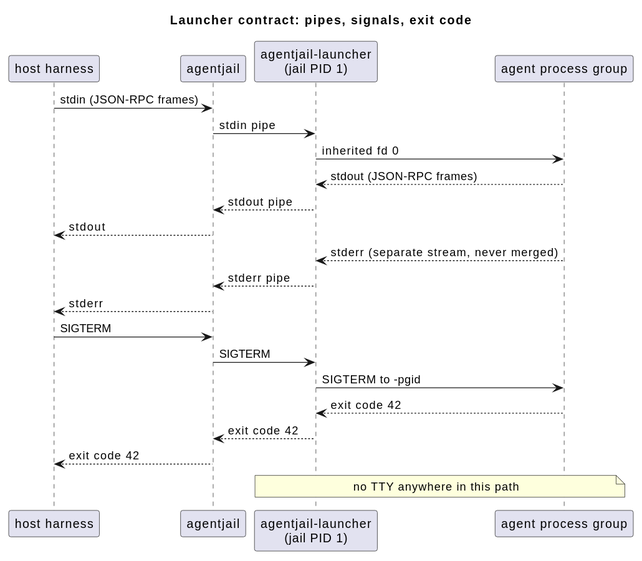
Before: docs/diagrams/launcher-sequence.svg, a diagram exported from PlantUML (Breinich/agentjail).
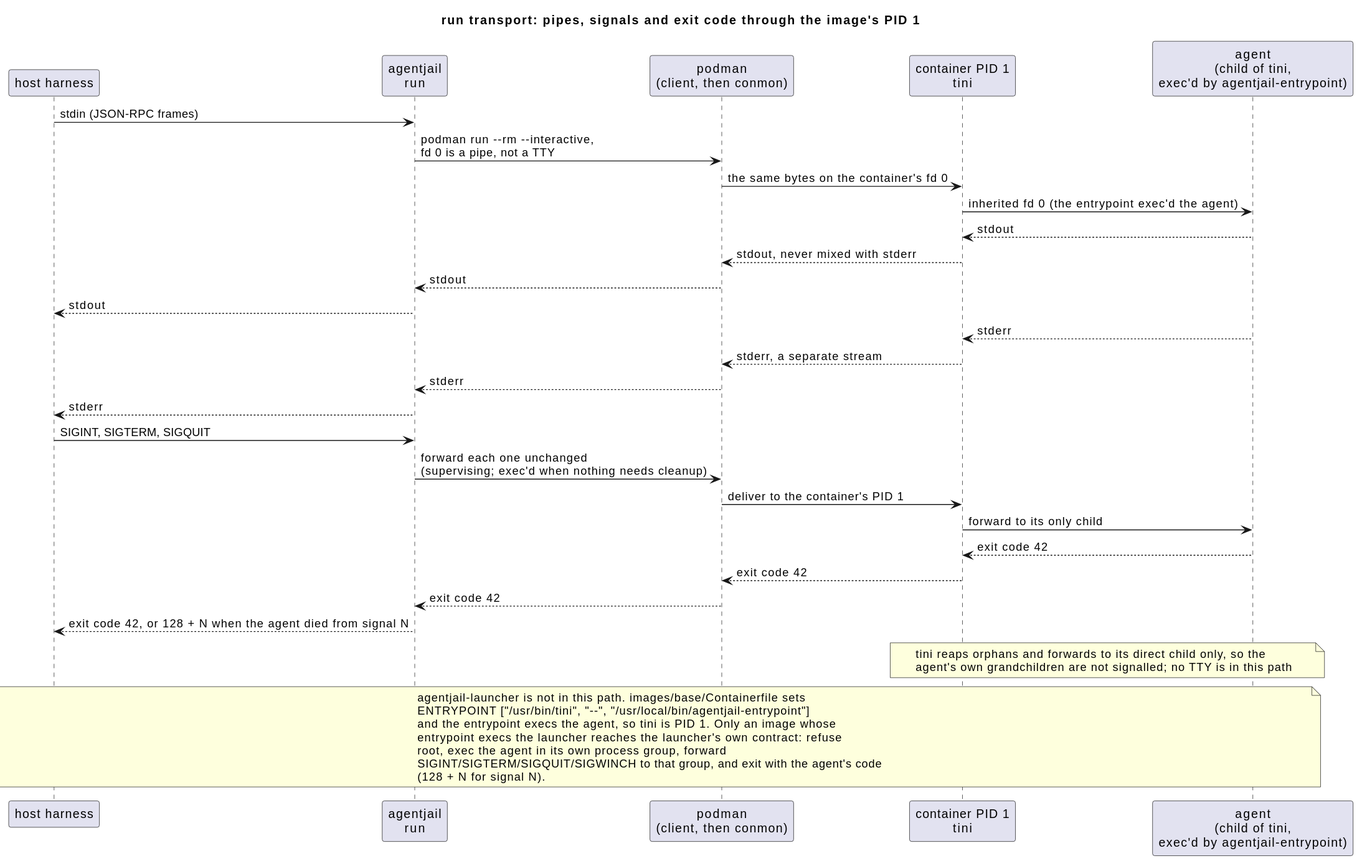
The same file after the commit.

What changed in the source:
```diff
@@ -1,25 +1,40 @@
 @startuml
-title Launcher contract: pipes, signals, exit code
+title run transport: pipes, signals and exit code through the image's PID 1
 
 participant "host harness" as H
-participant "agentjail" as C
-participant "agentjail-launcher\n(jail PID 1)" as L
-participant "agent process group" as A
+participant "agentjail\nrun" as C
+participant "podman\n(client, then conmon)" as P
+participant "container PID 1\ntini" as T
+participant "agent\n(child of tini,\nexec'd by agentjail-entrypoint)" as A
 
 H -> C : stdin (JSON-RPC frames)
-C -> L : stdin pipe
-L -> A : inherited fd 0
-A --> L : stdout (JSON-RPC frames)
-L --> C : stdout pipe
+C -> P : podman run &#45;&#45;rm &#45;&#45;interactive,\nfd 0 is a pipe, not a TTY
+P -> T : the same bytes on the container's fd 0
+T -> A : inherited fd 0 (the entrypoint exec'd the agent)
+A --> T : stdout
+T --> P : stdout, never mixed with stderr
+P --> C : stdout
 C --> H : stdout
-A --> L : stderr (separate stream, never merged)
-L --> C : stderr pipe
+A --> T : stderr
+T --> P : stderr, a separate stream
+P --> C : stderr
 C --> H : stderr
-H -> C : SIGTERM
-C -> L : SIGTERM
-L -> A : SIGTERM to -pgid
-A --> L : exit code 42
-L --> C : exit code 42
-C --> H : exit code 42
-note over L, A : no TTY anywhere in this path
+H -> C : SIGINT, SIGTERM, SIGQUIT
+C -> P : forward each one unchanged\n(supervising; exec'd when nothing needs cleanup)
+P -> T : deliver to the container's PID 1
+T -> A : forward to its only child
+A --> T : exit code 42
+T --> P : exit code 42
+P --> C : exit code 42
+C --> H : exit code 42, or 128 + N when the agent died from signal N
+note over T, A : tini reaps orphans and forwards to its direct child only, so the\nagent's own grandchildren are not signalled; no TTY is in this path
+note over H, A
+  agentjail-launcher is not in this path. images/base/Containerfile sets
+  ENTRYPOINT ["/usr/bin/tini", "&#45;&#45;", "/usr/local/bin/agentjail-entrypoint"]
+  and the entrypoint execs the agent, so tini is PID 1. Only an image whose
+  entrypoint execs the launcher reaches the launcher's own contract: refuse
+  root, exec the agent in its own process group, forward
+  SIGINT/SIGTERM/SIGQUIT/SIGWINCH to that group, and exit with the agent's code
+  (128 + N for signal N).
+end note
 @enduml
```
